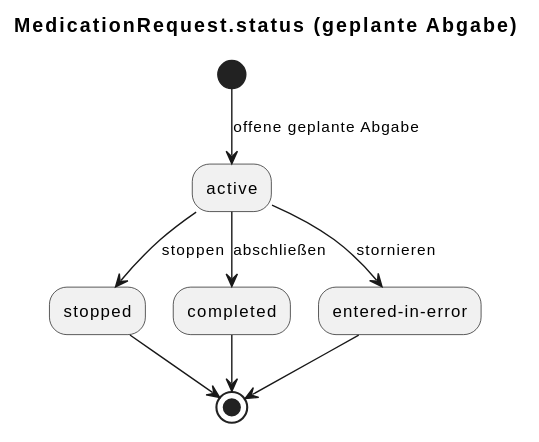
Before: r4-ELGA-e-Medikation-main/plantuml/stateDiagram_mr_status_geplante_abgabe.svg, a diagram exported from PlantUML (HL7Austria/hl7austria.github.io).
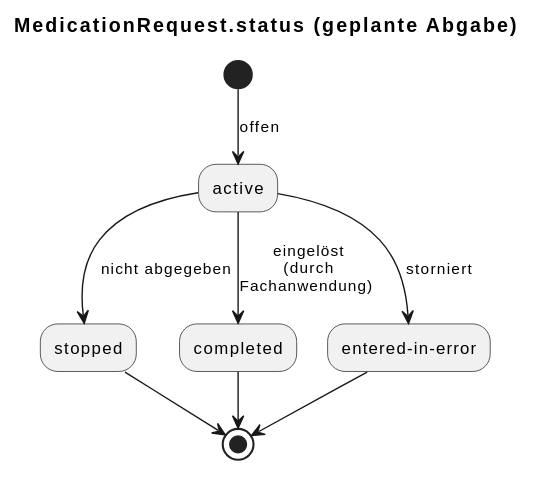
Later version of the same file.

Diff of the diagram source:
```diff
@@ -1,10 +1,10 @@
 @startuml
 title MedicationRequest.status (geplante Abgabe)
 
-(*) --> [offene geplante Abgabe] active
-active --> [stoppen] stopped
-active --> [abschließen] completed
-active --> [stornieren] "entered-in-error"
+(*) --> [offen] active
+active --> [nicht abgegeben] stopped
+active --> [eingelöst\n(durch\nFachanwendung) ] completed
+active --> [storniert] "entered-in-error"
 stopped --> (*)
 "entered-in-error" --> (*)
 completed --> (*)
```
